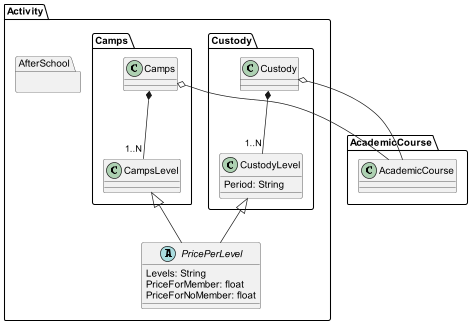
Before: doc/DomainModelDiagram/ActivityPackage/ActivityPackage.png, a diagram exported from PlantUML (IgnacioMaestro/ampa-manager).
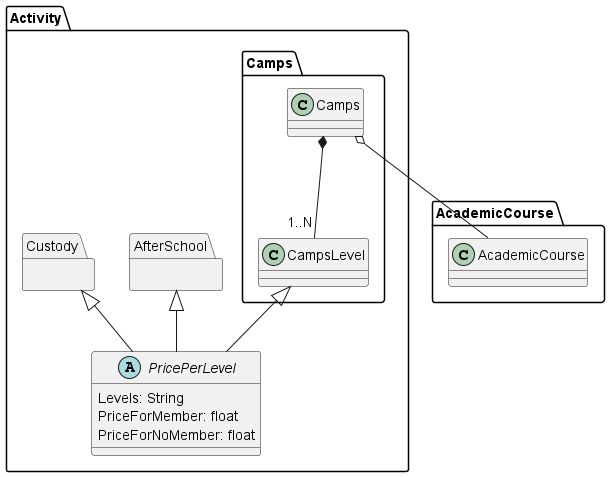
After the commit.

Change to the diagram source:
```diff
@@ -4,14 +4,7 @@
 }
 package Activity{
     package AfterSchool{}
-    package Custody{
-        class Custody
-        class CustodyLevel{
-            Period: String
-        }
-        Custody *-- "1..N" CustodyLevel: ""
-        Custody o-- AcademicCourse
-    }
+    package Custody{}
 
     package Camps{
         class Camps
@@ -27,7 +20,8 @@
     }
 
     CampsLevel <|-- PricePerLevel
-    CustodyLevel <|-- PricePerLevel
+    Custody <|-- PricePerLevel
+    AfterSchool <|-- PricePerLevel
 }
 
 @enduml
```
